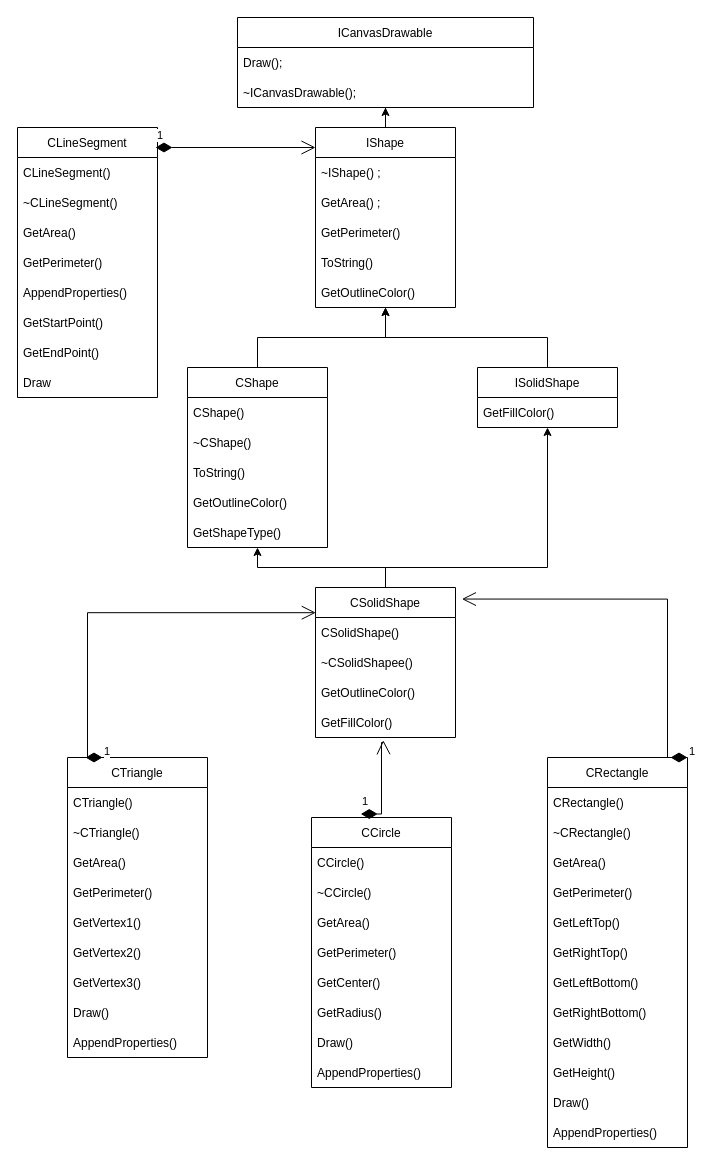
The draw.io diagram Untitled Diagram.drawio in DarkMoonLi/love_oop, before the edit. Source tidied: cells renumbered, new cells numbered last; positions are measured from the earlier drawing's top-left corner, leaving out a move shared by most shapes. Both pictures are drawn from the tidied source at 100%, with x=0, y=0 at pixel (17, 17).
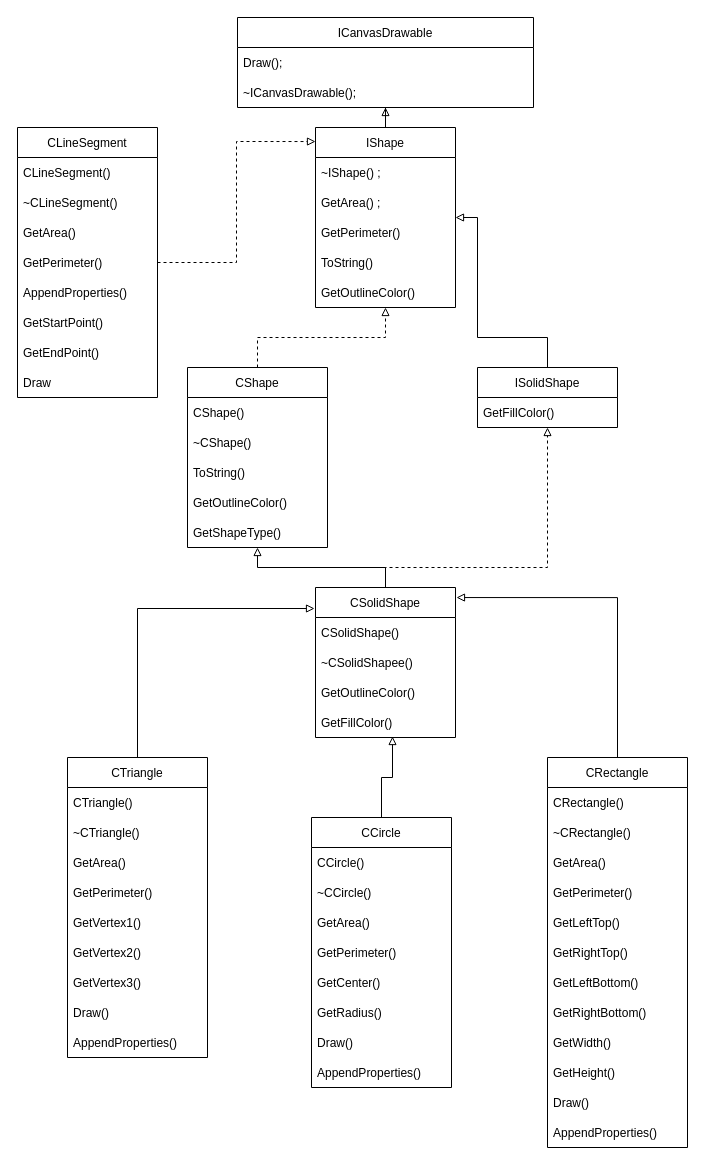
After the change.

Unchanged cells that the change refers to:
```xml
<mxCell id="2" value="ICanvasDrawable" style="swimlane;fontStyle=0;horizontal=1;startSize=30;" parent="1" vertex="1">
  <mxGeometry x="220" width="296" height="90" as="geometry" />
</mxCell>
<mxCell id="6" value="IShape" style="swimlane;fontStyle=0;horizontal=1;startSize=30;" parent="1" vertex="1">
  <mxGeometry x="298" y="110" width="140" height="180" as="geometry" />
</mxCell>
<mxCell id="13" value="ISolidShape" style="swimlane;fontStyle=0;horizontal=1;startSize=30;" parent="1" vertex="1">
  <mxGeometry x="460" y="350" width="140" height="60" as="geometry" />
</mxCell>
<mxCell id="15" value="CLineSegment" style="swimlane;fontStyle=0;horizontal=1;startSize=30;" parent="1" vertex="1">
  <mxGeometry y="110" width="140" height="270" as="geometry" />
</mxCell>
<mxCell id="24" value="CTriangle" style="swimlane;fontStyle=0;horizontal=1;startSize=30;" parent="1" vertex="1">
  <mxGeometry x="50" y="740" width="140" height="300" as="geometry" />
</mxCell>
<mxCell id="34" value="CCircle" style="swimlane;fontStyle=0;horizontal=1;startSize=30;" parent="1" vertex="1">
  <mxGeometry x="294" y="800" width="140" height="270" as="geometry" />
</mxCell>
<mxCell id="43" value="CRectangle" style="swimlane;fontStyle=0;horizontal=1;startSize=30;" parent="1" vertex="1">
  <mxGeometry x="530" y="740" width="140" height="390" as="geometry" />
</mxCell>
<mxCell id="57" value="CShape" style="swimlane;fontStyle=0;horizontal=1;startSize=30;" parent="1" vertex="1">
  <mxGeometry x="170" y="350" width="140" height="180" as="geometry" />
</mxCell>
<mxCell id="65" value="CSolidShape" style="swimlane;fontStyle=0;horizontal=1;startSize=30;" parent="1" vertex="1">
  <mxGeometry x="298" y="570" width="140" height="150" as="geometry" />
</mxCell>
<mxCell id="69" value="GetFillColor()" style="text;strokeColor=none;fillColor=none;align=left;verticalAlign=middle;spacingLeft=4;spacingRight=4;overflow=hidden;points=[[0,0.5],[1,0.5]];portConstraint=eastwest;" parent="65" vertex="1">
  <mxGeometry y="120" width="140" height="30" as="geometry" />
</mxCell>
```

Change to the diagram source:
```diff
@@
-    <mxCell id="5" style="edgeStyle=orthogonalEdgeStyle;rounded=0;jettySize=auto;html=1;" parent="1" edge="1" source="6" target="2">
+    <mxCell id="5" style="edgeStyle=orthogonalEdgeStyle;rounded=0;jettySize=auto;html=1;endArrow=block;endFill=0;" parent="1" edge="1" source="6" target="2">
       <mxGeometry relative="1" as="geometry" />
     </mxCell>
@@
-    <mxCell id="12" style="edgeStyle=orthogonalEdgeStyle;rounded=0;jettySize=auto;html=1;" parent="1" edge="1" source="13" target="6">
+    <mxCell id="12" style="edgeStyle=orthogonalEdgeStyle;rounded=0;jettySize=auto;html=1;endArrow=block;endFill=0;" parent="1" edge="1" source="13" target="6">
       <mxGeometry relative="1" as="geometry">
         <Array as="points">
           <mxPoint x="530" y="320" />
-          <mxPoint x="368" y="320" />
+          <mxPoint x="460" y="320" />
+          <mxPoint x="460" y="200" />
         </Array>
       </mxGeometry>
     </mxCell>
@@
+    <mxCell id="74" style="edgeStyle=orthogonalEdgeStyle;rounded=0;jumpSize=0;jettySize=auto;html=1;entryX=0;entryY=0.078;entryDx=0;entryDy=0;entryPerimeter=0;startArrow=none;startFill=0;endArrow=block;endFill=0;dashed=1;" parent="1" edge="1" source="15" target="6">
+      <mxGeometry relative="1" as="geometry" />
+    </mxCell>
@@
+    <mxCell id="71" style="edgeStyle=orthogonalEdgeStyle;rounded=0;jumpSize=0;jettySize=auto;html=1;exitX=0.5;exitY=0;exitDx=0;exitDy=0;entryX=-0.007;entryY=0.14;entryDx=0;entryDy=0;entryPerimeter=0;startArrow=none;startFill=0;endArrow=block;endFill=0;" parent="1" edge="1" source="24" target="65">
+      <mxGeometry relative="1" as="geometry" />
+    </mxCell>
@@
+    <mxCell id="72" style="edgeStyle=orthogonalEdgeStyle;rounded=0;jumpSize=0;jettySize=auto;html=1;exitX=0.5;exitY=0;exitDx=0;exitDy=0;entryX=0.55;entryY=0.967;entryDx=0;entryDy=0;entryPerimeter=0;startArrow=none;startFill=0;endArrow=block;endFill=0;" parent="1" edge="1" source="34" target="69">
+      <mxGeometry relative="1" as="geometry" />
+    </mxCell>
@@
+    <mxCell id="73" style="edgeStyle=orthogonalEdgeStyle;rounded=0;jumpSize=0;jettySize=auto;html=1;exitX=0.5;exitY=0;exitDx=0;exitDy=0;entryX=1.007;entryY=0.067;entryDx=0;entryDy=0;entryPerimeter=0;startArrow=none;startFill=0;endArrow=block;endFill=0;" parent="1" edge="1" source="43" target="65">
+      <mxGeometry relative="1" as="geometry" />
+    </mxCell>
@@
-    <mxCell id="56" style="edgeStyle=orthogonalEdgeStyle;rounded=0;jettySize=auto;html=1;" parent="1" edge="1" source="57" target="6">
+    <mxCell id="56" style="edgeStyle=orthogonalEdgeStyle;rounded=0;jettySize=auto;html=1;dashed=1;endArrow=block;endFill=0;" parent="1" edge="1" source="57" target="6">
       <mxGeometry relative="1" as="geometry" />
     </mxCell>
@@
-    <mxCell id="63" style="edgeStyle=orthogonalEdgeStyle;rounded=0;jettySize=auto;html=1;" parent="1" edge="1" source="65" target="57">
+    <mxCell id="63" style="edgeStyle=orthogonalEdgeStyle;rounded=0;jettySize=auto;html=1;endArrow=block;endFill=0;" parent="1" edge="1" source="65" target="57">
       <mxGeometry relative="1" as="geometry" />
     </mxCell>
-    <mxCell id="64" style="edgeStyle=orthogonalEdgeStyle;rounded=0;jettySize=auto;html=1;" parent="1" edge="1" source="65" target="13">
+    <mxCell id="64" style="edgeStyle=orthogonalEdgeStyle;rounded=0;jettySize=auto;html=1;dashed=1;endArrow=block;endFill=0;" parent="1" edge="1" source="65" target="13">
       <mxGeometry relative="1" as="geometry">
         <Array as="points">
           <mxPoint x="368" y="550" />
           <mxPoint x="530" y="550" />
         </Array>
       </mxGeometry>
     </mxCell>
@@
-    <mxCell id="70" value="1" style="endArrow=open;html=1;endSize=12;startArrow=diamondThin;startSize=14;startFill=1;edgeStyle=orthogonalEdgeStyle;align=left;verticalAlign=bottom;rounded=0;" parent="1" edge="1">
-      <mxGeometry x="-1" y="3" relative="1" as="geometry">
-        <mxPoint x="138" y="130" as="sourcePoint" />
-        <mxPoint x="298" y="130" as="targetPoint" />
-      </mxGeometry>
-    </mxCell>
-    <mxCell id="71" value="1" style="endArrow=open;html=1;endSize=12;startArrow=diamondThin;startSize=14;startFill=1;edgeStyle=orthogonalEdgeStyle;align=left;verticalAlign=bottom;rounded=0;exitX=0.25;exitY=0;exitDx=0;exitDy=0;entryX=0.002;entryY=0.168;entryDx=0;entryDy=0;entryPerimeter=0;" parent="1" edge="1" source="24" target="65">
-      <mxGeometry x="-1" y="3" relative="1" as="geometry">
-        <Array as="points">
-          <mxPoint x="70" y="740" />
-          <mxPoint x="70" y="595" />
-        </Array>
-      </mxGeometry>
-    </mxCell>
-    <mxCell id="72" value="1" style="endArrow=open;html=1;endSize=12;startArrow=diamondThin;startSize=14;startFill=1;edgeStyle=orthogonalEdgeStyle;align=left;verticalAlign=bottom;rounded=0;exitX=0.352;exitY=-0.013;exitDx=0;exitDy=0;entryX=0.484;entryY=1.092;entryDx=0;entryDy=0;entryPerimeter=0;exitPerimeter=0;" parent="1" edge="1" source="34" target="69">
-      <mxGeometry x="-1" y="3" relative="1" as="geometry">
-        <Array as="points">
-          <mxPoint x="364" y="797" />
-          <mxPoint x="364" y="725" />
-          <mxPoint x="366" y="725" />
-        </Array>
-      </mxGeometry>
-    </mxCell>
-    <mxCell id="73" value="1" style="endArrow=open;html=1;endSize=12;startArrow=diamondThin;startSize=14;startFill=1;edgeStyle=orthogonalEdgeStyle;align=left;verticalAlign=bottom;rounded=0;exitX=1;exitY=0;exitDx=0;exitDy=0;entryX=1.046;entryY=0.077;entryDx=0;entryDy=0;entryPerimeter=0;" parent="1" edge="1" source="43" target="65">
-      <mxGeometry x="-1" y="3" relative="1" as="geometry">
-        <Array as="points">
-          <mxPoint x="650" y="740" />
-          <mxPoint x="650" y="582" />
-        </Array>
-      </mxGeometry>
-    </mxCell>
```
